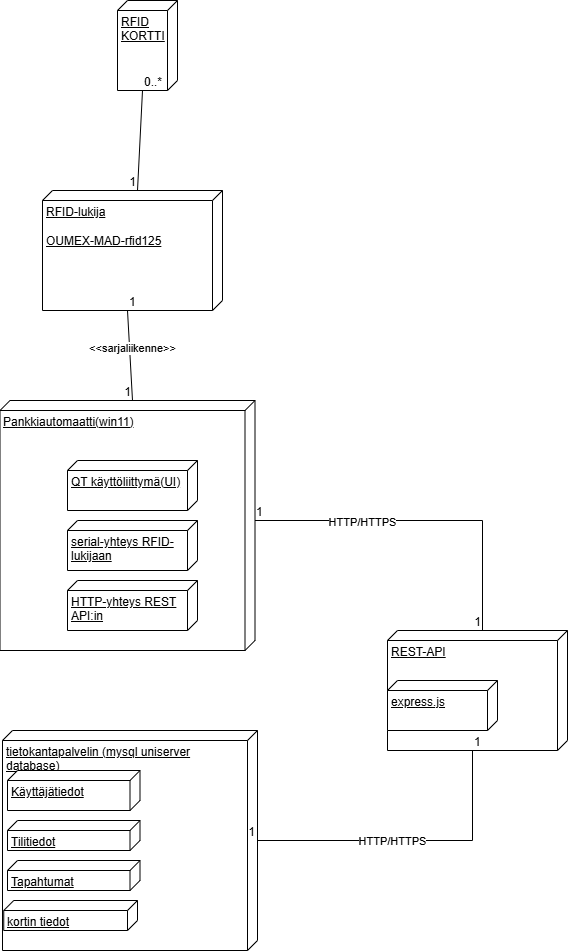
Earlier version of the draw.io export käyttöönotto-kaavio.drawio.png (Migi2422/olio-ohjelmointi25). Source tidied: cells renumbered, new cells last; positions are measured from the earlier drawing's top-left corner, leaving out a move shared by most shapes.
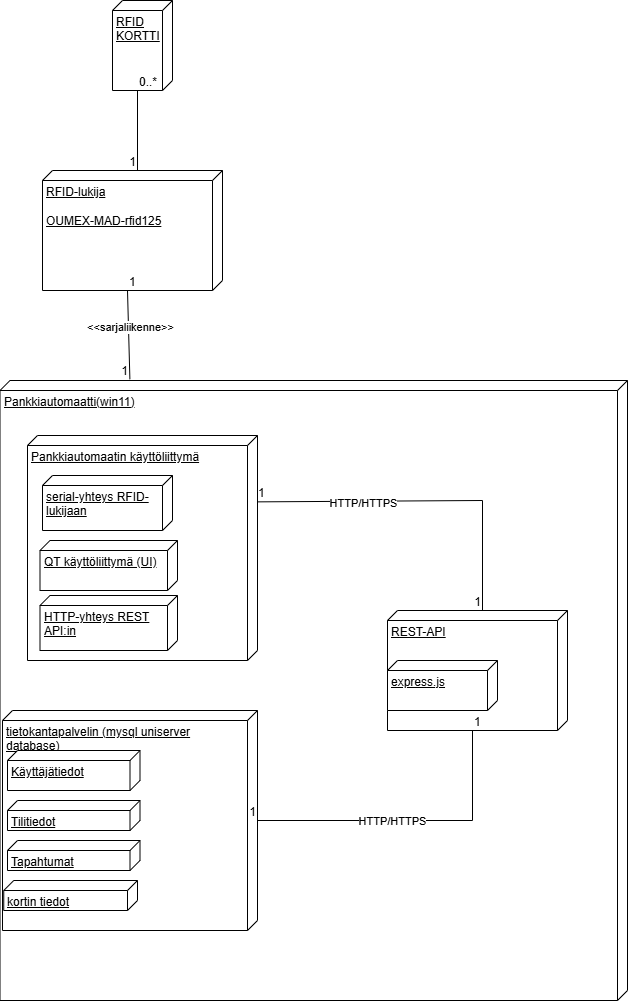
The same diagram one commit later.

What changed in the source:
```diff
@@ -6,17 +6,8 @@
       <mxGeometry x="43" y="190" width="180" height="120" as="geometry" />
     </mxCell>
     <mxCell id="3" value="Pankkiautomaatti(win11)" style="verticalAlign=top;align=left;spacingTop=8;spacingLeft=2;spacingRight=12;shape=cube;size=10;direction=south;fontStyle=4;html=1;whiteSpace=wrap;" parent="1" vertex="1">
-      <mxGeometry x="0.5" y="400" width="255" height="250" as="geometry" />
+      <mxGeometry x="0.5" y="400" width="627.5" height="620" as="geometry" />
     </mxCell>
-    <mxCell id="4" value="QT käyttöliittymä(UI)" style="verticalAlign=top;align=left;spacingTop=8;spacingLeft=2;spacingRight=12;shape=cube;size=10;direction=south;fontStyle=4;html=1;whiteSpace=wrap;" parent="1" vertex="1">
-      <mxGeometry x="68" y="460" width="130" height="50" as="geometry" />
-    </mxCell>
-    <mxCell id="5" value="serial-yhteys RFID-lukijaan" style="verticalAlign=top;align=left;spacingTop=8;spacingLeft=2;spacingRight=12;shape=cube;size=10;direction=south;fontStyle=4;html=1;whiteSpace=wrap;" parent="1" vertex="1">
-      <mxGeometry x="68" y="520" width="130" height="50" as="geometry" />
-    </mxCell>
-    <mxCell id="6" value="HTTP-yhteys REST API:in" style="verticalAlign=top;align=left;spacingTop=8;spacingLeft=2;spacingRight=12;shape=cube;size=10;direction=south;fontStyle=4;html=1;whiteSpace=wrap;" parent="1" vertex="1">
-      <mxGeometry x="68" y="580" width="130" height="50" as="geometry" />
-    </mxCell>
     <mxCell id="7" value="tietokantapalvelin (mysql uniserver database)" style="verticalAlign=top;align=left;spacingTop=8;spacingLeft=2;spacingRight=12;shape=cube;size=10;direction=south;fontStyle=4;html=1;whiteSpace=wrap;" parent="1" vertex="1">
       <mxGeometry x="3" y="730" width="255" height="220" as="geometry" />
     </mxCell>
@@ -36,7 +27,7 @@
       <mxGeometry x="388" y="680" width="110" height="50" as="geometry" />
     </mxCell>
     <mxCell id="13" value="RFID KORTTI" style="verticalAlign=top;align=left;spacingTop=8;spacingLeft=2;spacingRight=12;shape=cube;size=10;direction=south;fontStyle=4;html=1;whiteSpace=wrap;" parent="1" vertex="1">
-      <mxGeometry x="118" width="60" height="90" as="geometry" />
+      <mxGeometry x="113" y="20" width="60" height="90" as="geometry" />
     </mxCell>
     <mxCell id="14" style="endArrow=none;html=1;rounded=0;exitX=0;exitY=0;exitDx=90;exitDy=35;exitPerimeter=0;entryX=0;entryY=0;entryDx=0;entryDy=85;entryPerimeter=0;" parent="1" edge="1" source="13" target="2">
       <mxGeometry relative="1" as="geometry" />
@@ -47,7 +38,7 @@
     <mxCell id="16" value="1" style="html=1;whiteSpace=wrap;align=right;verticalAlign=bottom;" parent="14" vertex="1">
       <mxGeometry x="1" relative="1" as="geometry" />
     </mxCell>
-    <mxCell id="17" style="endArrow=none;html=1;rounded=0;exitX=0;exitY=0;exitDx=120;exitDy=95;exitPerimeter=0;entryX=0;entryY=0;entryDx=0;entryDy=122.5;entryPerimeter=0;" parent="1" edge="1" source="2" target="3">
+    <mxCell id="17" style="endArrow=none;html=1;rounded=0;exitX=0;exitY=0;exitDx=120;exitDy=95;exitPerimeter=0;entryX=-0.002;entryY=0.793;entryDx=0;entryDy=0;entryPerimeter=0;" parent="1" edge="1" source="2" target="3">
       <mxGeometry relative="1" as="geometry" />
     </mxCell>
     <mxCell id="18" value="1" style="html=1;whiteSpace=wrap;align=left;verticalAlign=bottom;" parent="17" vertex="1">
@@ -59,7 +50,7 @@
     <mxCell id="20" value="&amp;lt;&amp;lt;sarjaliikenne&amp;gt;&amp;gt;" style="edgeLabel;html=1;align=center;verticalAlign=middle;" parent="17" vertex="1">
       <mxGeometry x="-0.18" y="2" relative="1" as="geometry" />
     </mxCell>
-    <mxCell id="21" style="endArrow=none;html=1;rounded=0;exitX=0;exitY=0;exitDx=120;exitDy=0;exitPerimeter=0;entryX=0;entryY=0;entryDx=0;entryDy=85;entryPerimeter=0;" parent="1" edge="1" source="3" target="11">
+    <mxCell id="21" style="endArrow=none;html=1;rounded=0;entryX=0;entryY=0;entryDx=0;entryDy=85;entryPerimeter=0;exitX=0.295;exitY=0.006;exitDx=0;exitDy=0;exitPerimeter=0;" parent="1" edge="1" source="30" target="11">
       <mxGeometry relative="1" as="geometry">
         <Array as="points">
           <mxPoint x="483" y="520" />
@@ -94,5 +85,17 @@
     <mxCell id="29" value="kortin tiedot" style="verticalAlign=top;align=left;spacingTop=8;spacingLeft=2;spacingRight=12;shape=cube;size=10;direction=south;fontStyle=4;html=1;whiteSpace=wrap;" parent="1" vertex="1">
       <mxGeometry x="4.2" y="900" width="133.8" height="30" as="geometry" />
     </mxCell>
+    <mxCell id="30" value="Pankkiautomaatin käyttöliittymä" style="verticalAlign=top;align=left;spacingTop=8;spacingLeft=2;spacingRight=12;shape=cube;size=10;direction=south;fontStyle=4;html=1;whiteSpace=wrap;" parent="1" vertex="1">
+      <mxGeometry x="28" y="455" width="230" height="225" as="geometry" />
+    </mxCell>
+    <mxCell id="5" value="serial-yhteys RFID-lukijaan" style="verticalAlign=top;align=left;spacingTop=8;spacingLeft=2;spacingRight=12;shape=cube;size=10;direction=south;fontStyle=4;html=1;whiteSpace=wrap;" parent="1" vertex="1">
+      <mxGeometry x="43" y="495" width="130" height="55" as="geometry" />
+    </mxCell>
+    <mxCell id="31" value="QT käyttöliittymä (UI)" style="verticalAlign=top;align=left;spacingTop=8;spacingLeft=2;spacingRight=12;shape=cube;size=10;direction=south;fontStyle=4;html=1;whiteSpace=wrap;" parent="1" vertex="1">
+      <mxGeometry x="40.5" y="560" width="137.5" height="50" as="geometry" />
+    </mxCell>
+    <mxCell id="6" value="HTTP-yhteys REST API:in" style="verticalAlign=top;align=left;spacingTop=8;spacingLeft=2;spacingRight=12;shape=cube;size=10;direction=south;fontStyle=4;html=1;whiteSpace=wrap;" parent="1" vertex="1">
+      <mxGeometry x="40.5" y="615" width="137.5" height="55" as="geometry" />
+    </mxCell>
   </root>
 </mxGraphModel>
```
